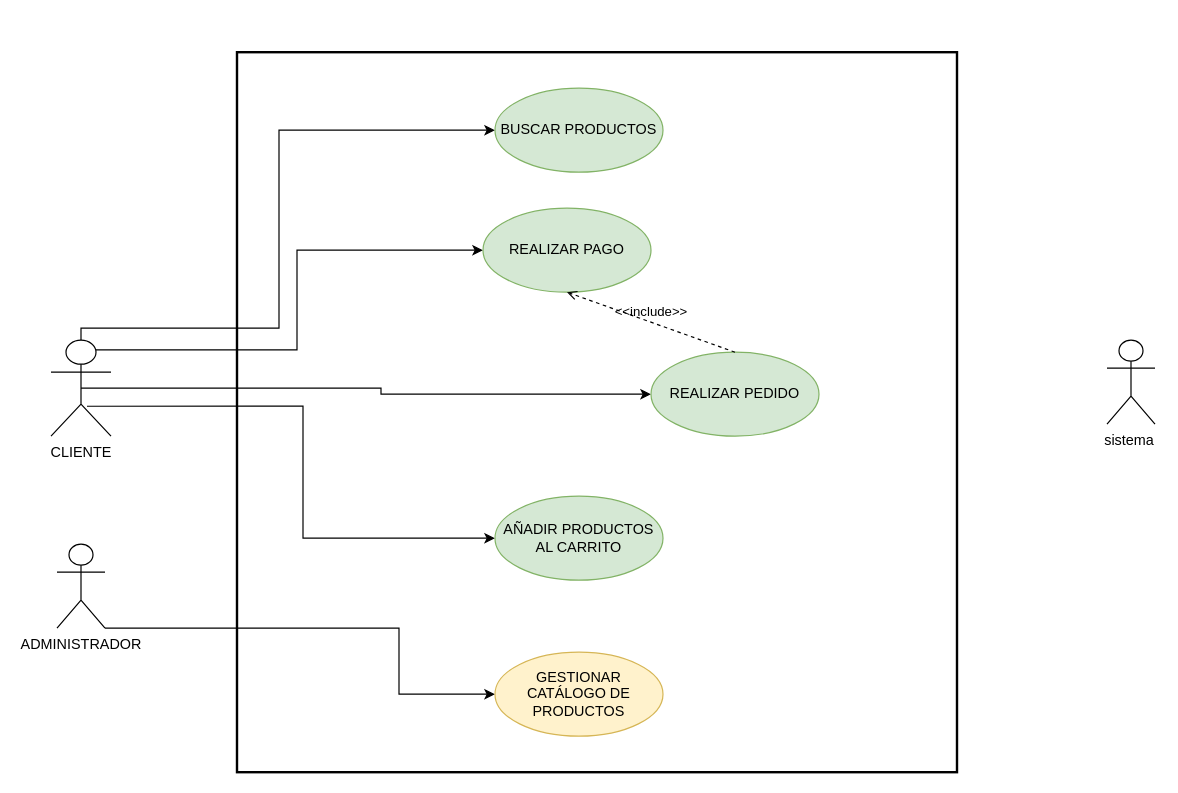
The draw.io diagram Diagrama sistema de compras en linea.drawio in Cdiagal/io-dig, before the edit. Source tidied: cells renumbered, new cells numbered last; positions are measured from the earlier drawing's top-left corner, leaving out a move shared by most shapes. Both pictures are drawn from the tidied source at 120%, with x=0, y=0 at pixel (50, 52).
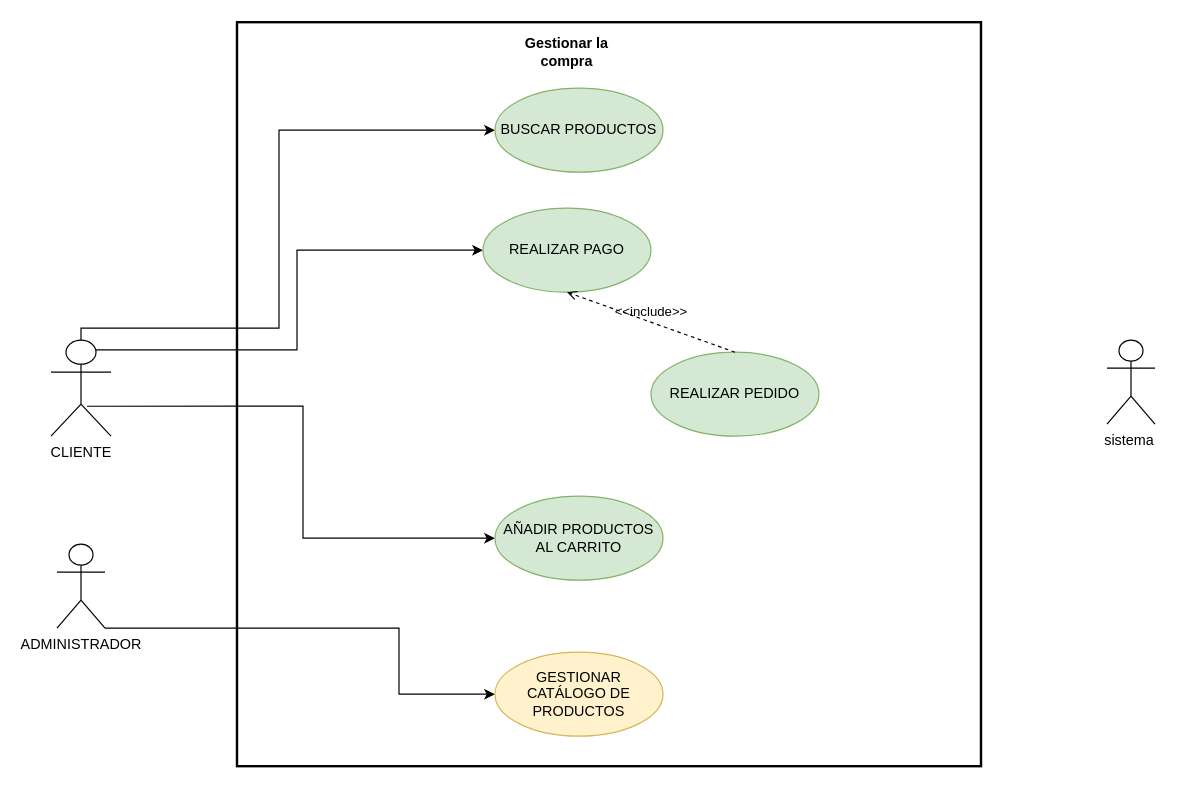
Above is the later version.

The change refers to these unchanged cells:
```xml
<mxCell id="7" value="CLIENTE" style="shape=umlActor;html=1;verticalLabelPosition=bottom;verticalAlign=top;align=center;" parent="1" vertex="1">
  <mxGeometry y="240" width="50" height="80" as="geometry" />
</mxCell>
<mxCell id="13" value="REALIZAR PEDIDO" style="ellipse;whiteSpace=wrap;html=1;fillColor=#d5e8d4;strokeColor=#82b366;" parent="1" vertex="1">
  <mxGeometry x="500" y="250" width="140" height="70" as="geometry" />
</mxCell>
```

What changed in the source:
```diff
@@
     <mxCell id="2" style="whiteSpace=wrap;html=1;fillColor=none;strokeWidth=2;" parent="1" vertex="1">
-      <mxGeometry x="155" width="600" height="600" as="geometry" />
+      <mxGeometry x="155" y="-25" width="620" height="620" as="geometry" />
     </mxCell>
@@
-    <mxCell id="4" style="edgeStyle=orthogonalEdgeStyle;rounded=0;jettySize=auto;html=1;exitX=0.5;exitY=0.5;exitDx=0;exitDy=0;exitPerimeter=0;entryX=0;entryY=0.5;entryDx=0;entryDy=0;" parent="1" edge="1" source="7" target="13">
-      <mxGeometry relative="1" as="geometry" />
-    </mxCell>
@@
+    <mxCell id="17" value="Gestionar la compra" style="rounded=0;whiteSpace=wrap;html=1;fillColor=none;strokeColor=none;fontStyle=1;" parent="1" vertex="1">
+      <mxGeometry x="380" y="-10" width="100" height="20" as="geometry" />
+    </mxCell>
```
